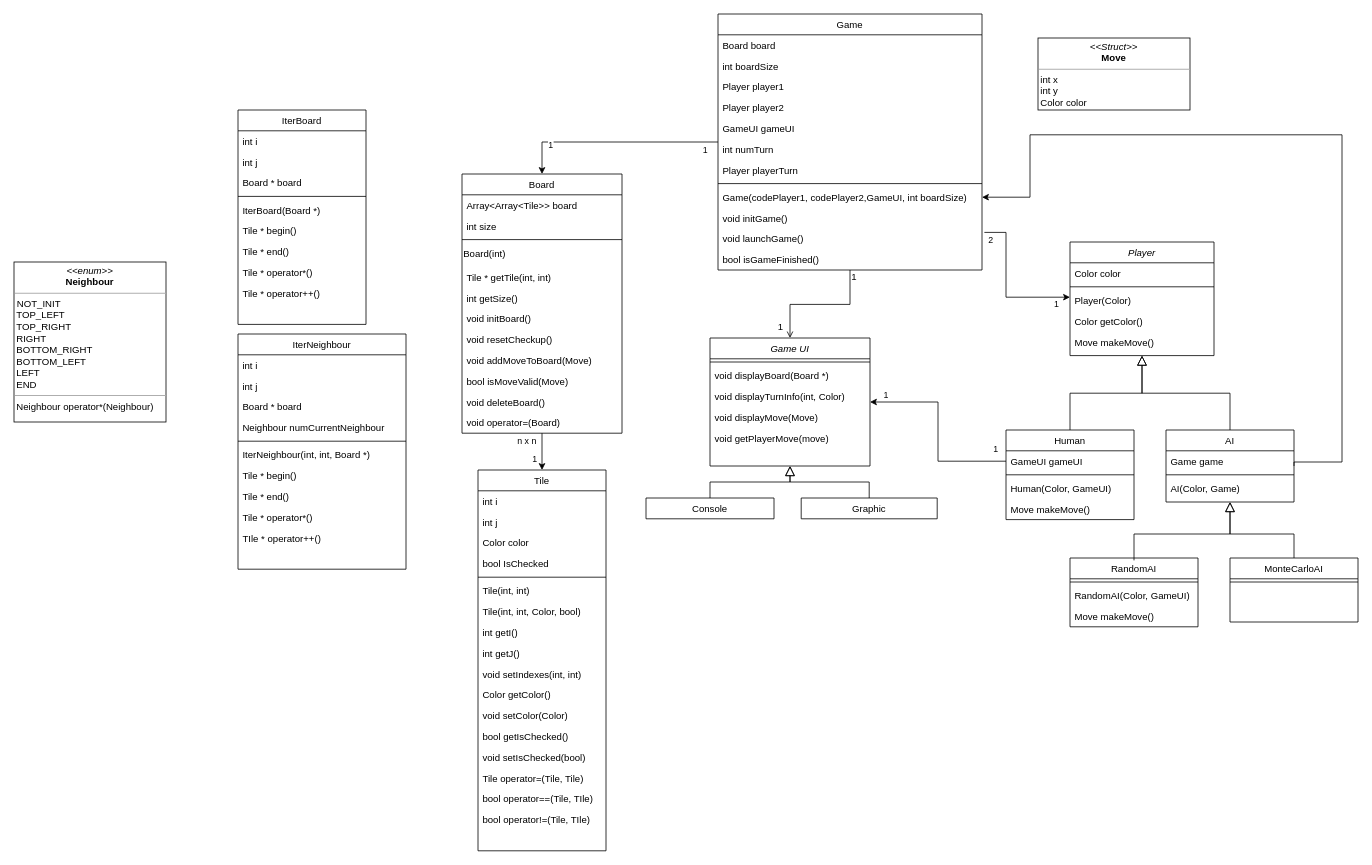
Before: doc/UMLdiagram.drawio in leduqueadrien/Hex, a draw.io diagram. Source tidied: cells renumbered, new cells numbered last; positions are measured from the earlier drawing's top-left corner, leaving out a move shared by most shapes. Both pictures are drawn from the tidied source at 80%, with x=0, y=0 at pixel (14, 14).
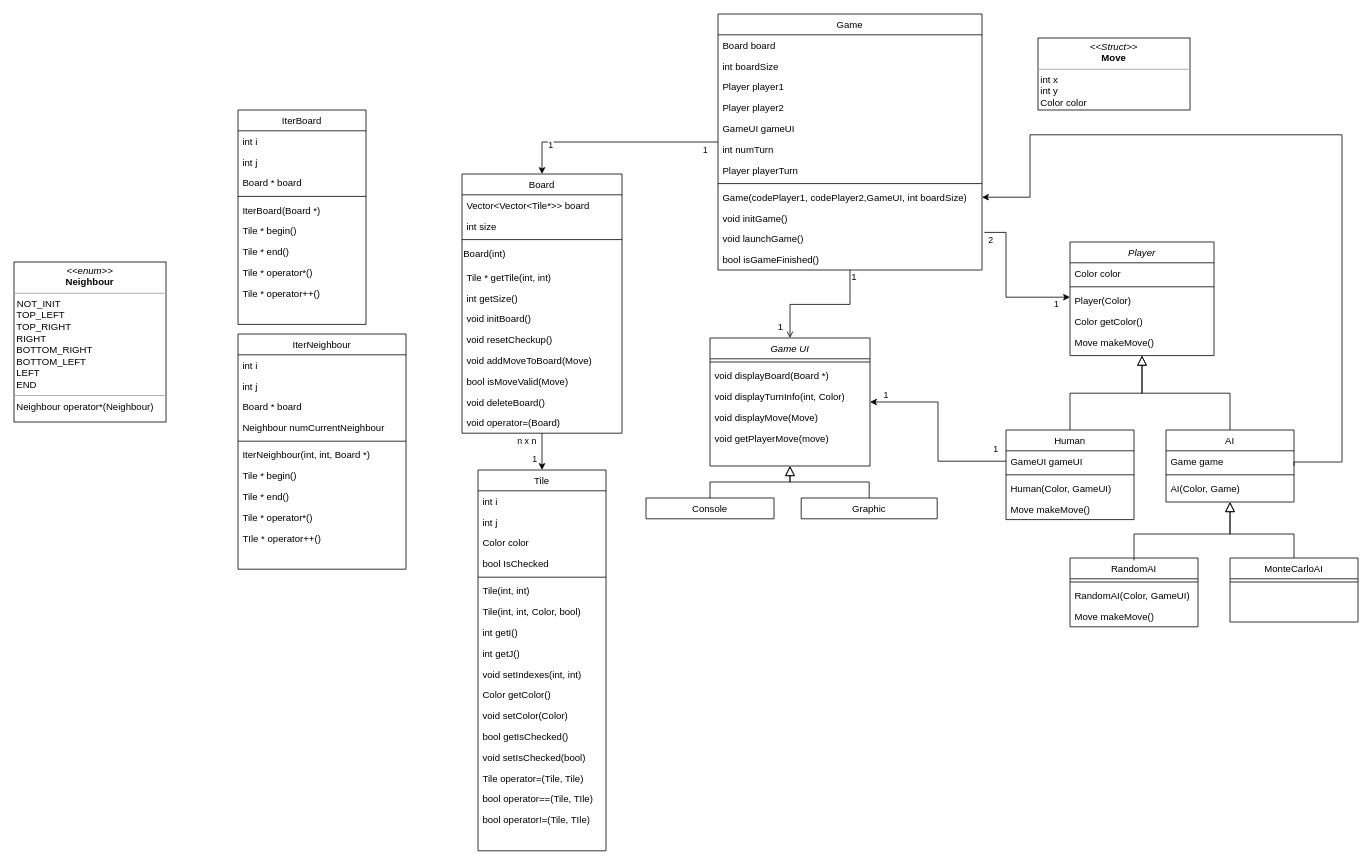
Above is the later version.

Commit message:
Fix some errors and issues

Unchanged cells that the change refers to:
```xml
<mxCell id="54" value="Board" style="swimlane;fontStyle=0;align=center;verticalAlign=top;horizontal=1;startSize=26;rounded=0;shadow=0;strokeWidth=1;" parent="1" vertex="1">
  <mxGeometry x="560" y="200" width="200" height="324" as="geometry" />
</mxCell>
```

The edit, as a diff of the source:
```diff
@@
-    <mxCell id="55" value="Array&lt;Array&lt;Tile&gt;&gt; board" style="text;align=left;verticalAlign=top;spacingLeft=4;spacingRight=4;overflow=hidden;" parent="54" vertex="1">
+    <mxCell id="55" value="Vector&lt;Vector&lt;Tile*&gt;&gt; board" style="text;align=left;verticalAlign=top;spacingLeft=4;spacingRight=4;overflow=hidden;" parent="54" vertex="1">
       <mxGeometry y="26" width="200" height="26" as="geometry" />
     </mxCell>
```
